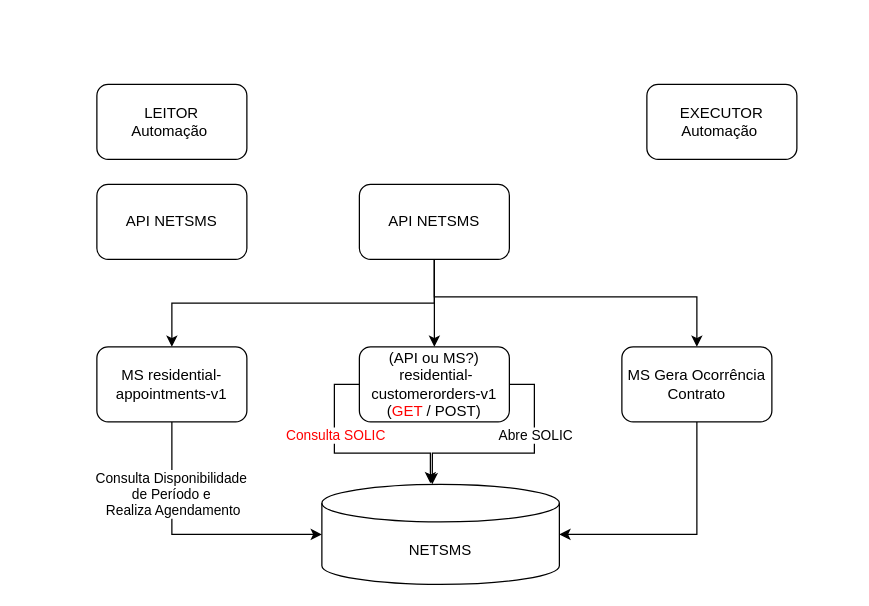
Earlier version of the draw.io diagram 125950 BKO Auditoria Retenção - microsserviços NetSMS.drawio (samirali/ClaroBrasil). Source tidied: cells renumbered, new cells numbered last; positions are measured from the earlier drawing's top-left corner, leaving out a move shared by most shapes. Both pictures are drawn from the tidied source at 125%, with x=0, y=0 at pixel (96, 84).
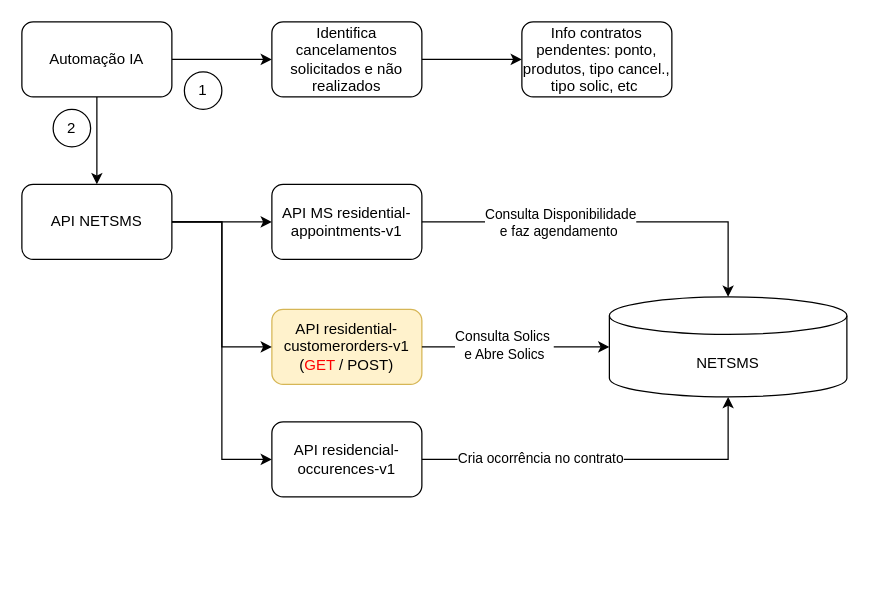
The same page after the edit.

Diff of the diagram source:
```diff
@@
+    <mxCell id="20" style="edgeStyle=orthogonalEdgeStyle;rounded=0;jettySize=auto;html=1;" parent="1" edge="1" source="2" target="26">
+      <mxGeometry relative="1" as="geometry" />
+    </mxCell>
+    <mxCell id="21" style="edgeStyle=orthogonalEdgeStyle;rounded=0;jettySize=auto;html=1;" parent="1" edge="1" source="2" target="16">
+      <mxGeometry relative="1" as="geometry" />
+    </mxCell>
-    <mxCell id="2" value="LEITOR&lt;div&gt;Automação&amp;nbsp;&lt;/div&gt;" style="rounded=1;whiteSpace=wrap;html=1;" parent="1" vertex="1">
-      <mxGeometry width="120" height="60" as="geometry" />
+    <mxCell id="2" value="Automação IA" style="rounded=1;whiteSpace=wrap;html=1;" parent="1" vertex="1">
+      <mxGeometry x="-60" y="-50" width="120" height="60" as="geometry" />
     </mxCell>
-    <mxCell id="3" style="edgeStyle=orthogonalEdgeStyle;rounded=0;jettySize=auto;html=1;exitX=0.5;exitY=1;exitDx=0;exitDy=0;" parent="1" edge="1" source="5" target="12">
-      <mxGeometry relative="1" as="geometry" />
-    </mxCell>
-    <mxCell id="4" style="edgeStyle=orthogonalEdgeStyle;rounded=0;jettySize=auto;html=1;entryX=0.5;entryY=0;entryDx=0;entryDy=0;" parent="1" edge="1" source="5" target="6">
-      <mxGeometry relative="1" as="geometry" />
-    </mxCell>
-    <mxCell id="5" value="API NETSMS" style="rounded=1;whiteSpace=wrap;html=1;" parent="1" vertex="1">
-      <mxGeometry x="210" y="80" width="120" height="60" as="geometry" />
-    </mxCell>
-    <mxCell id="6" value="(API ou MS?)&lt;div&gt;&amp;nbsp;&lt;span&gt;residential-customerorders-v1 (&lt;font style=&quot;color: rgb(255, 0, 0);&quot;&gt;GET&lt;/font&gt; / POST)&lt;/span&gt;&lt;/div&gt;" style="rounded=1;whiteSpace=wrap;html=1;" parent="1" vertex="1">
-      <mxGeometry x="210" y="210" width="120" height="60" as="geometry" />
+    <mxCell id="6" value="API&amp;nbsp;&lt;span style=&quot;background-color: transparent; color: light-dark(rgb(0, 0, 0), rgb(255, 255, 255));&quot;&gt;residential-customerorders-v1 (&lt;font style=&quot;color: rgb(255, 0, 0);&quot;&gt;GET&lt;/font&gt; / POST)&lt;/span&gt;" style="rounded=1;whiteSpace=wrap;html=1;fillColor=#fff2cc;strokeColor=#d6b656;" parent="1" vertex="1">
+      <mxGeometry x="140" y="180" width="120" height="60" as="geometry" />
     </mxCell>
     <mxCell id="7" value="NETSMS" style="shape=cylinder3;whiteSpace=wrap;html=1;boundedLbl=1;backgroundOutline=1;size=15;" parent="1" vertex="1">
-      <mxGeometry x="180" y="320" width="190" height="80" as="geometry" />
+      <mxGeometry x="410" y="170" width="190" height="80" as="geometry" />
     </mxCell>
-    <mxCell id="8" style="edgeStyle=orthogonalEdgeStyle;rounded=0;jettySize=auto;html=1;entryX=0.457;entryY=-0.01;entryDx=0;entryDy=0;entryPerimeter=0;exitX=0;exitY=0.5;exitDx=0;exitDy=0;" parent="1" edge="1" source="6" target="7">
-      <mxGeometry relative="1" as="geometry" />
-    </mxCell>
-    <mxCell id="9" value="Consulta SOLIC" style="edgeLabel;html=1;align=center;verticalAlign=middle;fontColor=#FF0000;" parent="8" vertex="1">
-      <mxGeometry x="-0.47" relative="1" as="geometry">
-        <mxPoint y="13" as="offset" />
-      </mxGeometry>
-    </mxCell>
-    <mxCell id="10" style="edgeStyle=orthogonalEdgeStyle;rounded=0;jettySize=auto;html=1;entryX=0.465;entryY=0;entryDx=0;entryDy=0;entryPerimeter=0;exitX=1;exitY=0.5;exitDx=0;exitDy=0;" parent="1" edge="1" source="6" target="7">
-      <mxGeometry relative="1" as="geometry" />
-    </mxCell>
-    <mxCell id="11" value="Abre SOLIC" style="edgeLabel;html=1;align=center;verticalAlign=middle;" parent="10" vertex="1">
-      <mxGeometry x="0.27" y="-1" relative="1" as="geometry">
-        <mxPoint x="40" y="-14" as="offset" />
-      </mxGeometry>
-    </mxCell>
-    <mxCell id="12" value="MS&amp;nbsp;&lt;span&gt;residential-appointments-v1&lt;/span&gt;" style="rounded=1;whiteSpace=wrap;html=1;" parent="1" vertex="1">
-      <mxGeometry y="210" width="120" height="60" as="geometry" />
+    <mxCell id="12" value="API MS&amp;nbsp;&lt;span&gt;residential-appointments-v1&lt;/span&gt;" style="rounded=1;whiteSpace=wrap;html=1;" parent="1" vertex="1">
+      <mxGeometry x="140" y="80" width="120" height="60" as="geometry" />
     </mxCell>
+    <mxCell id="22" style="edgeStyle=orthogonalEdgeStyle;rounded=0;jettySize=auto;html=1;entryX=0;entryY=0.5;entryDx=0;entryDy=0;" parent="1" edge="1" source="16" target="12">
+      <mxGeometry relative="1" as="geometry" />
+    </mxCell>
+    <mxCell id="23" style="edgeStyle=orthogonalEdgeStyle;rounded=0;jettySize=auto;html=1;entryX=0;entryY=0.5;entryDx=0;entryDy=0;" parent="1" edge="1" source="16" target="6">
+      <mxGeometry relative="1" as="geometry" />
+    </mxCell>
+    <mxCell id="24" style="edgeStyle=orthogonalEdgeStyle;rounded=0;jettySize=auto;html=1;entryX=0;entryY=0.5;entryDx=0;entryDy=0;" parent="1" edge="1" source="16" target="35">
+      <mxGeometry relative="1" as="geometry" />
+    </mxCell>
+    <mxCell id="16" value="API NETSMS" style="rounded=1;whiteSpace=wrap;html=1;" parent="1" vertex="1">
+      <mxGeometry x="-60" y="80" width="120" height="60" as="geometry" />
+    </mxCell>
+    <mxCell id="25" style="edgeStyle=orthogonalEdgeStyle;rounded=0;jettySize=auto;html=1;" parent="1" edge="1" source="26" target="27">
+      <mxGeometry relative="1" as="geometry" />
+    </mxCell>
+    <mxCell id="26" value="Identifica cancelamentos solicitados e não realizados" style="whiteSpace=wrap;html=1;rounded=1;" parent="1" vertex="1">
+      <mxGeometry x="140" y="-50" width="120" height="60" as="geometry" />
+    </mxCell>
+    <mxCell id="27" value="Info contratos pendentes: ponto, produtos, tipo cancel., tipo solic, etc&lt;span style=&quot;background-color: transparent; color: light-dark(rgb(0, 0, 0), rgb(255, 255, 255));&quot;&gt;&amp;nbsp;&lt;/span&gt;" style="whiteSpace=wrap;html=1;rounded=1;" parent="1" vertex="1">
+      <mxGeometry x="340" y="-50" width="120" height="60" as="geometry" />
+    </mxCell>
+    <mxCell id="28" value="1" style="ellipse;whiteSpace=wrap;html=1;" parent="1" vertex="1">
+      <mxGeometry x="70" y="-10" width="30" height="30" as="geometry" />
+    </mxCell>
+    <mxCell id="29" value="2" style="ellipse;whiteSpace=wrap;html=1;" parent="1" vertex="1">
+      <mxGeometry x="-35" y="20" width="30" height="30" as="geometry" />
+    </mxCell>
-    <mxCell id="13" style="edgeStyle=orthogonalEdgeStyle;rounded=0;jettySize=auto;html=1;entryX=0;entryY=0.5;entryDx=0;entryDy=0;entryPerimeter=0;exitX=0.5;exitY=1;exitDx=0;exitDy=0;" parent="1" edge="1" source="12" target="7">
+    <mxCell id="13" style="edgeStyle=orthogonalEdgeStyle;rounded=0;jettySize=auto;html=1;entryX=0.5;entryY=0;entryDx=0;entryDy=0;entryPerimeter=0;" parent="1" edge="1" source="12" target="7">
       <mxGeometry relative="1" as="geometry" />
     </mxCell>
-    <mxCell id="14" value="Consulta Disponibilidade&amp;nbsp;&lt;div&gt;de Período e&amp;nbsp;&lt;/div&gt;&lt;div&gt;Realiza Agendamento&lt;/div&gt;" style="edgeLabel;html=1;align=center;verticalAlign=middle;" parent="13" vertex="1">
-      <mxGeometry x="-0.46" relative="1" as="geometry" />
-    </mxCell>
-    <mxCell id="15" value="EXECUTOR&lt;div&gt;Automação&amp;nbsp;&lt;/div&gt;" style="rounded=1;whiteSpace=wrap;html=1;" parent="1" vertex="1">
-      <mxGeometry x="440" width="120" height="60" as="geometry" />
-    </mxCell>
-    <mxCell id="16" value="API NETSMS" style="rounded=1;whiteSpace=wrap;html=1;" parent="1" vertex="1">
-      <mxGeometry y="80" width="120" height="60" as="geometry" />
-    </mxCell>
-    <mxCell id="17" value="MS&amp;nbsp;&lt;span&gt;Gera Ocorrência Contrato&lt;/span&gt;" style="rounded=1;whiteSpace=wrap;html=1;" parent="1" vertex="1">
-      <mxGeometry x="420" y="210" width="120" height="60" as="geometry" />
-    </mxCell>
-    <mxCell id="18" style="edgeStyle=orthogonalEdgeStyle;rounded=0;jettySize=auto;html=1;entryX=1;entryY=0.5;entryDx=0;entryDy=0;entryPerimeter=0;exitX=0.5;exitY=1;exitDx=0;exitDy=0;" parent="1" edge="1" source="17" target="7">
-      <mxGeometry relative="1" as="geometry" />
-    </mxCell>
-    <mxCell id="19" style="edgeStyle=orthogonalEdgeStyle;rounded=0;jettySize=auto;html=1;entryX=0.5;entryY=0;entryDx=0;entryDy=0;" parent="1" edge="1" source="5" target="17">
-      <mxGeometry relative="1" as="geometry">
-        <Array as="points">
-          <mxPoint x="270" y="170" />
-          <mxPoint x="480" y="170" />
-        </Array>
-      </mxGeometry>
-    </mxCell>
+    <mxCell id="30" value="Consulta Disponibilidade&lt;div&gt;e faz agendamento&amp;nbsp;&lt;/div&gt;" style="edgeLabel;html=1;align=center;verticalAlign=middle;" parent="13" vertex="1">
+      <mxGeometry x="-0.45" y="-1" relative="1" as="geometry">
+        <mxPoint x="26" y="-1" as="offset" />
+      </mxGeometry>
+    </mxCell>
+    <mxCell id="31" style="edgeStyle=orthogonalEdgeStyle;rounded=0;jettySize=auto;html=1;entryX=0;entryY=0.5;entryDx=0;entryDy=0;entryPerimeter=0;" parent="1" edge="1" source="6" target="7">
+      <mxGeometry relative="1" as="geometry" />
+    </mxCell>
+    <mxCell id="32" value="Consulta Solics&amp;nbsp;&lt;div&gt;e Abre Solics&lt;/div&gt;" style="edgeLabel;html=1;align=center;verticalAlign=middle;" parent="31" vertex="1">
+      <mxGeometry x="-0.13" y="2" relative="1" as="geometry" />
+    </mxCell>
+    <mxCell id="33" style="edgeStyle=orthogonalEdgeStyle;rounded=0;jettySize=auto;html=1;entryX=0.5;entryY=1;entryDx=0;entryDy=0;entryPerimeter=0;exitX=1;exitY=0.5;exitDx=0;exitDy=0;" parent="1" edge="1" source="35" target="7">
+      <mxGeometry relative="1" as="geometry" />
+    </mxCell>
+    <mxCell id="34" value="Cria ocorrência no contrato" style="edgeLabel;html=1;align=center;verticalAlign=middle;" parent="33" vertex="1">
+      <mxGeometry x="-0.36" y="2" relative="1" as="geometry" />
+    </mxCell>
+    <mxCell id="35" value="API residencial-occurences-v1" style="rounded=1;whiteSpace=wrap;html=1;" parent="1" vertex="1">
+      <mxGeometry x="140" y="270" width="120" height="60" as="geometry" />
+    </mxCell>
```
